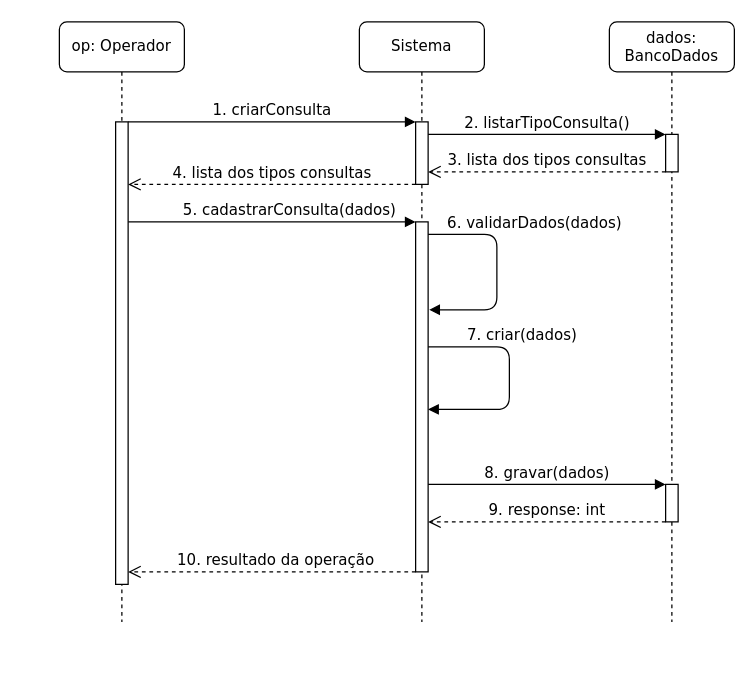
Above: page "criarConsulta" (3 of 6) of diagrama de sequencia do sistema.drawio in LuizGustavoNascimeto/draw.io (draw.io), before the change. Source tidied: cells renumbered, new cells numbered last; positions are measured from the earlier drawing's top-left corner, leaving out a move shared by most shapes. Both pictures are drawn from the tidied source at 125%, with x=0, y=0 at pixel (59, 21).
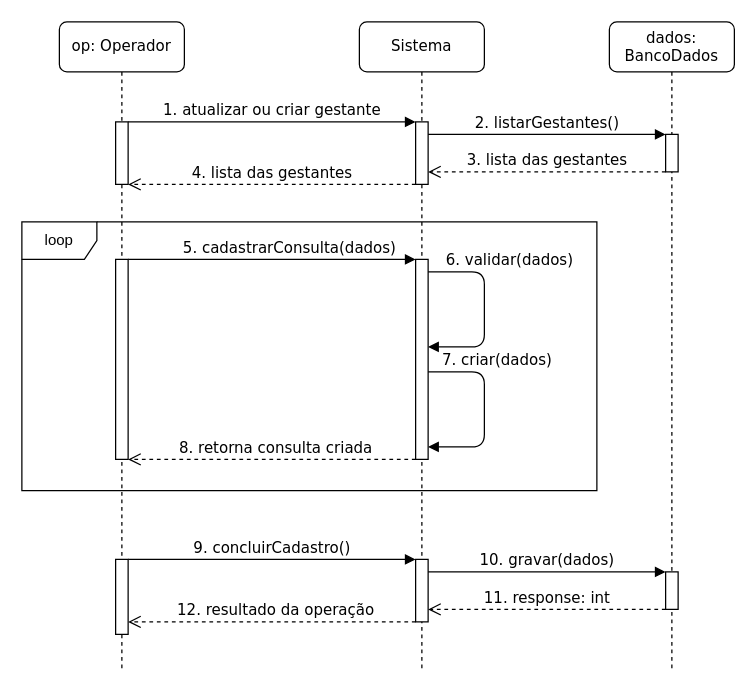
After the change.

Unchanged cells that the change refers to:
```xml
<mxCell id="7" style="html=1;points=[];perimeter=orthogonalPerimeter;rounded=0;shadow=0;comic=0;labelBackgroundColor=none;strokeWidth=1;fontFamily=Verdana;fontSize=12;align=center;" parent="6" vertex="1">
  <mxGeometry x="45" y="80" width="10" height="50" as="geometry" />
</mxCell>
```

What changed in the source:
```diff
@@
-    <mxCell id="2" value="5. cadastrarConsulta(dados)" style="html=1;verticalAlign=bottom;endArrow=block;labelBackgroundColor=none;fontFamily=Verdana;fontSize=12;edgeStyle=elbowEdgeStyle;elbow=vertical;" parent="1" edge="1" source="4" target="8">
-      <mxGeometry x="0.12" relative="1" as="geometry">
-        <Array as="points">
-          <mxPoint x="240" y="160" />
-        </Array>
-      </mxGeometry>
-    </mxCell>
+    <mxCell id="11" value="dados: BancoDados" style="shape=umlLifeline;perimeter=lifelinePerimeter;whiteSpace=wrap;html=1;rounded=1;shadow=0;comic=0;labelBackgroundColor=none;strokeWidth=1;fontFamily=Verdana;fontSize=12;align=center;" parent="1" vertex="1">
+      <mxGeometry x="440" width="100" height="520" as="geometry" />
+    </mxCell>
+    <mxCell id="13" style="html=1;points=[];perimeter=orthogonalPerimeter;rounded=0;shadow=0;comic=0;labelBackgroundColor=none;strokeWidth=1;fontFamily=Verdana;fontSize=12;align=center;" parent="11" vertex="1">
+      <mxGeometry x="45" y="90" width="10" height="30" as="geometry" />
+    </mxCell>
     <mxCell id="3" value="op: Operador" style="shape=umlLifeline;perimeter=lifelinePerimeter;whiteSpace=wrap;html=1;rounded=1;shadow=0;comic=0;labelBackgroundColor=none;strokeWidth=1;fontFamily=Verdana;fontSize=12;align=center;" parent="1" vertex="1">
-      <mxGeometry width="100" height="480" as="geometry" />
+      <mxGeometry width="100" height="520" as="geometry" />
     </mxCell>
-    <mxCell id="4" style="html=1;points=[];perimeter=orthogonalPerimeter;rounded=0;shadow=0;comic=0;labelBackgroundColor=none;strokeWidth=1;fontFamily=Verdana;fontSize=12;align=center;" parent="3" vertex="1">
-      <mxGeometry x="45" y="80" width="10" height="370" as="geometry" />
-    </mxCell>
+    <mxCell id="20" style="html=1;points=[];perimeter=orthogonalPerimeter;rounded=0;shadow=0;comic=0;labelBackgroundColor=none;strokeWidth=1;fontFamily=Verdana;fontSize=12;align=center;" parent="3" vertex="1">
+      <mxGeometry x="45" y="80" width="10" height="50" as="geometry" />
+    </mxCell>
+    <mxCell id="21" style="html=1;points=[];perimeter=orthogonalPerimeter;rounded=0;shadow=0;comic=0;labelBackgroundColor=none;strokeWidth=1;fontFamily=Verdana;fontSize=12;align=center;" parent="3" vertex="1">
+      <mxGeometry x="45" y="430" width="10" height="60" as="geometry" />
+    </mxCell>
-    <mxCell id="5" value="&lt;div&gt;1. criarConsulta&lt;/div&gt;" style="html=1;verticalAlign=bottom;endArrow=block;labelBackgroundColor=none;fontFamily=Verdana;fontSize=12;edgeStyle=elbowEdgeStyle;elbow=vertical;" parent="1" edge="1" source="4" target="7">
+    <mxCell id="5" value="&lt;div&gt;1. atualizar ou criar gestante&lt;br&gt;&lt;/div&gt;" style="html=1;verticalAlign=bottom;endArrow=block;labelBackgroundColor=none;fontFamily=Verdana;fontSize=12;edgeStyle=elbowEdgeStyle;elbow=vertical;" parent="1" edge="1" source="20" target="7">
       <mxGeometry relative="1" as="geometry">
         <Array as="points">
           <mxPoint x="170" y="80" />
         </Array>
       </mxGeometry>
     </mxCell>
     <mxCell id="6" value="Sistema" style="shape=umlLifeline;perimeter=lifelinePerimeter;whiteSpace=wrap;html=1;rounded=1;shadow=0;comic=0;labelBackgroundColor=none;strokeWidth=1;fontFamily=Verdana;fontSize=12;align=center;" parent="1" vertex="1">
-      <mxGeometry x="240" width="100" height="480" as="geometry" />
+      <mxGeometry x="240" width="100" height="520" as="geometry" />
     </mxCell>
@@
+    <mxCell id="22" style="html=1;points=[];perimeter=orthogonalPerimeter;rounded=0;shadow=0;comic=0;labelBackgroundColor=none;strokeWidth=1;fontFamily=Verdana;fontSize=12;align=center;" parent="6" vertex="1">
+      <mxGeometry x="45" y="430" width="10" height="50" as="geometry" />
+    </mxCell>
+    <mxCell id="16" value="10. gravar(dados)" style="html=1;verticalAlign=bottom;endArrow=block;labelBackgroundColor=none;fontFamily=Verdana;fontSize=12;edgeStyle=elbowEdgeStyle;elbow=vertical;" parent="6" edge="1" source="22" target="12">
+      <mxGeometry relative="1" as="geometry">
+        <Array as="points">
+          <mxPoint x="160" y="440" />
+        </Array>
+      </mxGeometry>
+    </mxCell>
+    <mxCell id="18" value="11. response: int" style="html=1;verticalAlign=bottom;endArrow=open;dashed=1;endSize=8;labelBackgroundColor=none;fontFamily=Verdana;fontSize=12;edgeStyle=elbowEdgeStyle;elbow=vertical;" parent="6" edge="1" source="12" target="22">
+      <mxGeometry relative="1" as="geometry">
+        <Array as="points">
+          <mxPoint x="170" y="470" />
+        </Array>
+      </mxGeometry>
+    </mxCell>
+    <mxCell id="12" style="html=1;points=[];perimeter=orthogonalPerimeter;rounded=0;shadow=0;comic=0;labelBackgroundColor=none;strokeWidth=1;fontFamily=Verdana;fontSize=12;align=center;" parent="6" vertex="1">
+      <mxGeometry x="245" y="440" width="10" height="30" as="geometry" />
+    </mxCell>
     <mxCell id="8" style="html=1;points=[];perimeter=orthogonalPerimeter;rounded=0;shadow=0;comic=0;labelBackgroundColor=none;strokeWidth=1;fontFamily=Verdana;fontSize=12;align=center;" parent="6" vertex="1">
-      <mxGeometry x="45" y="160" width="10" height="280" as="geometry" />
+      <mxGeometry x="45" y="190" width="10" height="160" as="geometry" />
     </mxCell>
-    <mxCell id="9" value="6. validarDados(dados)" style="html=1;verticalAlign=bottom;endArrow=block;labelBackgroundColor=none;fontFamily=Verdana;fontSize=12;edgeStyle=elbowEdgeStyle;elbow=horizontal;entryX=1.06;entryY=0.531;entryDx=0;entryDy=0;entryPerimeter=0;" parent="6" edge="1">
-      <mxGeometry x="-0.35" y="30" relative="1" as="geometry">
-        <mxPoint x="55" y="170" as="sourcePoint" />
-        <mxPoint x="55.9" y="230.3" as="targetPoint" />
-        <Array as="points">
-          <mxPoint x="110" y="170" />
-        </Array>
-      </mxGeometry>
-    </mxCell>
+    <mxCell id="23" value="6. validar(dados)" style="html=1;verticalAlign=bottom;endArrow=block;labelBackgroundColor=none;fontFamily=Verdana;fontSize=12;edgeStyle=elbowEdgeStyle;elbow=horizontal;" parent="6" edge="1">
+      <mxGeometry x="-0.4" y="20" relative="1" as="geometry">
+        <mxPoint x="55" y="200" as="sourcePoint" />
+        <mxPoint x="55" y="260" as="targetPoint" />
+        <Array as="points">
+          <mxPoint x="100" y="200" />
+        </Array>
+      </mxGeometry>
+    </mxCell>
     <mxCell id="10" value="7. criar(dados)" style="html=1;verticalAlign=bottom;endArrow=block;labelBackgroundColor=none;fontFamily=Verdana;fontSize=12;edgeStyle=elbowEdgeStyle;elbow=horizontal;" parent="6" edge="1">
-      <mxGeometry x="-0.28" y="10" relative="1" as="geometry">
-        <mxPoint x="55" y="260" as="sourcePoint" />
-        <mxPoint x="55" y="310" as="targetPoint" />
+      <mxGeometry x="-0.4" y="10" relative="1" as="geometry">
+        <mxPoint x="55" y="280" as="sourcePoint" />
+        <mxPoint x="55" y="340" as="targetPoint" />
         <Array as="points">
-          <mxPoint x="120" y="265" />
+          <mxPoint x="100" y="340" />
         </Array>
       </mxGeometry>
     </mxCell>
-    <mxCell id="11" value="dados: BancoDados" style="shape=umlLifeline;perimeter=lifelinePerimeter;whiteSpace=wrap;html=1;rounded=1;shadow=0;comic=0;labelBackgroundColor=none;strokeWidth=1;fontFamily=Verdana;fontSize=12;align=center;" parent="1" vertex="1">
-      <mxGeometry x="440" width="100" height="480" as="geometry" />
-    </mxCell>
-    <mxCell id="12" style="html=1;points=[];perimeter=orthogonalPerimeter;rounded=0;shadow=0;comic=0;labelBackgroundColor=none;strokeWidth=1;fontFamily=Verdana;fontSize=12;align=center;" parent="11" vertex="1">
-      <mxGeometry x="45" y="370" width="10" height="30" as="geometry" />
-    </mxCell>
-    <mxCell id="13" style="html=1;points=[];perimeter=orthogonalPerimeter;rounded=0;shadow=0;comic=0;labelBackgroundColor=none;strokeWidth=1;fontFamily=Verdana;fontSize=12;align=center;" parent="11" vertex="1">
-      <mxGeometry x="45" y="90" width="10" height="30" as="geometry" />
-    </mxCell>
+    <mxCell id="24" style="html=1;points=[];perimeter=orthogonalPerimeter;rounded=0;shadow=0;comic=0;labelBackgroundColor=none;strokeWidth=1;fontFamily=Verdana;fontSize=12;align=center;" parent="6" vertex="1">
+      <mxGeometry x="-195" y="190" width="10" height="160" as="geometry" />
+    </mxCell>
+    <mxCell id="25" value="8. retorna consulta criada" style="html=1;verticalAlign=bottom;endArrow=open;dashed=1;endSize=8;labelBackgroundColor=none;fontFamily=Verdana;fontSize=12;edgeStyle=elbowEdgeStyle;elbow=vertical;" parent="6" edge="1" source="8" target="24">
+      <mxGeometry x="-0.03" relative="1" as="geometry">
+        <Array as="points">
+          <mxPoint x="-90" y="350" />
+        </Array>
+      </mxGeometry>
+    </mxCell>
+    <mxCell id="2" value="5. cadastrarConsulta(dados)" style="html=1;verticalAlign=bottom;endArrow=block;labelBackgroundColor=none;fontFamily=Verdana;fontSize=12;edgeStyle=elbowEdgeStyle;elbow=vertical;" parent="6" edge="1" source="24" target="8">
+      <mxGeometry x="0.12" relative="1" as="geometry">
+        <Array as="points">
+          <mxPoint x="-150" y="190" />
+        </Array>
+      </mxGeometry>
+    </mxCell>
+    <mxCell id="15" value="&lt;div&gt;2. listarGestantes()&lt;br&gt;&lt;/div&gt;" style="html=1;verticalAlign=bottom;endArrow=block;labelBackgroundColor=none;fontFamily=Verdana;fontSize=12;edgeStyle=elbowEdgeStyle;elbow=vertical;" parent="1" edge="1" source="7" target="13">
+      <mxGeometry relative="1" as="geometry">
+        <Array as="points">
+          <mxPoint x="390" y="90" />
+        </Array>
+      </mxGeometry>
+    </mxCell>
+    <mxCell id="17" value="3. lista das gestantes" style="html=1;verticalAlign=bottom;endArrow=open;dashed=1;endSize=8;labelBackgroundColor=none;fontFamily=Verdana;fontSize=12;edgeStyle=elbowEdgeStyle;elbow=vertical;" parent="1" edge="1" source="13" target="7">
+      <mxGeometry relative="1" as="geometry">
+        <Array as="points">
+          <mxPoint x="350" y="120" />
+        </Array>
+      </mxGeometry>
+    </mxCell>
+    <mxCell id="19" value="4. lista das gestantes" style="html=1;verticalAlign=bottom;endArrow=open;dashed=1;endSize=8;labelBackgroundColor=none;fontFamily=Verdana;fontSize=12;edgeStyle=elbowEdgeStyle;elbow=vertical;" parent="1" edge="1" source="7" target="20">
+      <mxGeometry relative="1" as="geometry">
+        <Array as="points">
+          <mxPoint x="110" y="130" />
+        </Array>
+      </mxGeometry>
+    </mxCell>
+    <mxCell id="26" value="loop" style="shape=umlFrame;whiteSpace=wrap;html=1;" parent="1" vertex="1">
+      <mxGeometry x="-30" y="160" width="460" height="215" as="geometry" />
+    </mxCell>
+    <mxCell id="27" value="&lt;div&gt;9. concluirCadastro()&lt;br&gt;&lt;/div&gt;" style="html=1;verticalAlign=bottom;endArrow=block;labelBackgroundColor=none;fontFamily=Verdana;fontSize=12;edgeStyle=elbowEdgeStyle;elbow=vertical;" parent="1" edge="1" source="21" target="22">
+      <mxGeometry relative="1" as="geometry">
+        <Array as="points">
+          <mxPoint x="160" y="430" />
+        </Array>
+      </mxGeometry>
+    </mxCell>
-    <mxCell id="14" value="10. resultado da operação" style="html=1;verticalAlign=bottom;endArrow=open;dashed=1;endSize=8;labelBackgroundColor=none;fontFamily=Verdana;fontSize=12;edgeStyle=elbowEdgeStyle;elbow=vertical;" parent="1" edge="1" source="8" target="4">
+    <mxCell id="14" value="12. resultado da operação" style="html=1;verticalAlign=bottom;endArrow=open;dashed=1;endSize=8;labelBackgroundColor=none;fontFamily=Verdana;fontSize=12;edgeStyle=elbowEdgeStyle;elbow=vertical;" parent="1" edge="1" source="22" target="21">
       <mxGeometry x="-0.03" relative="1" as="geometry">
         <Array as="points">
-          <mxPoint x="160" y="440" />
+          <mxPoint x="170" y="480" />
         </Array>
       </mxGeometry>
     </mxCell>
-    <mxCell id="15" value="&lt;div&gt;2. listarTipoConsulta()&lt;br&gt;&lt;/div&gt;" style="html=1;verticalAlign=bottom;endArrow=block;labelBackgroundColor=none;fontFamily=Verdana;fontSize=12;edgeStyle=elbowEdgeStyle;elbow=vertical;" parent="1" edge="1" source="7" target="13">
-      <mxGeometry relative="1" as="geometry">
-        <Array as="points">
-          <mxPoint x="390" y="90" />
-        </Array>
-      </mxGeometry>
-    </mxCell>
-    <mxCell id="16" value="8. gravar(dados)" style="html=1;verticalAlign=bottom;endArrow=block;labelBackgroundColor=none;fontFamily=Verdana;fontSize=12;edgeStyle=elbowEdgeStyle;elbow=vertical;" parent="1" edge="1" source="8" target="12">
-      <mxGeometry relative="1" as="geometry">
-        <Array as="points">
-          <mxPoint x="400" y="370" />
-        </Array>
-      </mxGeometry>
-    </mxCell>
-    <mxCell id="17" value="3. lista dos tipos consultas" style="html=1;verticalAlign=bottom;endArrow=open;dashed=1;endSize=8;labelBackgroundColor=none;fontFamily=Verdana;fontSize=12;edgeStyle=elbowEdgeStyle;elbow=vertical;" parent="1" edge="1" source="13" target="7">
-      <mxGeometry relative="1" as="geometry">
-        <Array as="points">
-          <mxPoint x="350" y="120" />
-        </Array>
-      </mxGeometry>
-    </mxCell>
-    <mxCell id="18" value="9. response: int" style="html=1;verticalAlign=bottom;endArrow=open;dashed=1;endSize=8;labelBackgroundColor=none;fontFamily=Verdana;fontSize=12;edgeStyle=elbowEdgeStyle;elbow=vertical;" parent="1" edge="1" source="12" target="8">
-      <mxGeometry relative="1" as="geometry">
-        <Array as="points">
-          <mxPoint x="410" y="400" />
-        </Array>
-      </mxGeometry>
-    </mxCell>
-    <mxCell id="19" value="4. lista dos tipos consultas" style="html=1;verticalAlign=bottom;endArrow=open;dashed=1;endSize=8;labelBackgroundColor=none;fontFamily=Verdana;fontSize=12;edgeStyle=elbowEdgeStyle;elbow=vertical;" parent="1" edge="1" source="7" target="4">
-      <mxGeometry relative="1" as="geometry">
-        <Array as="points">
-          <mxPoint x="110" y="130" />
-        </Array>
-      </mxGeometry>
-    </mxCell>
```
